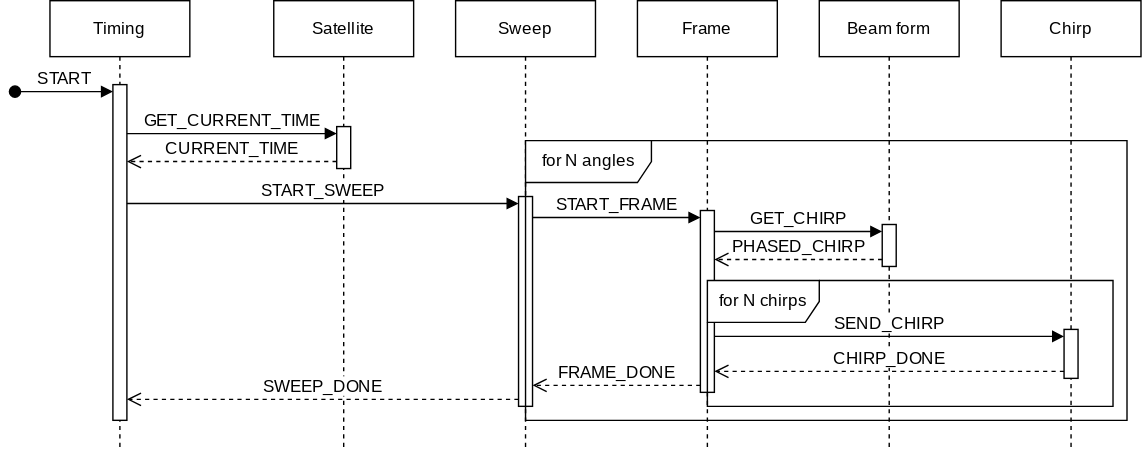
The draw.io diagram Figures/systemDesign/overview/sequenceDiagramTx.svg in Mikkelnn/ESD6-Project, before a commit. Source tidied: cells renumbered, new cells last; positions are measured from the earlier drawing's top-left corner, leaving out a move shared by most shapes.
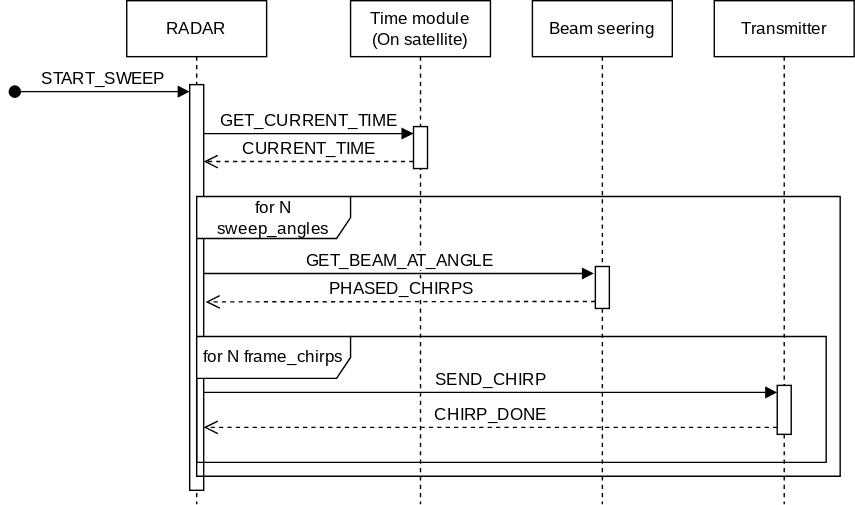
After the change.

What changed in the source:
```diff
@@ -2,85 +2,63 @@
   <root>
     <mxCell id="0" />
     <mxCell id="1" parent="0" />
-    <mxCell id="2" value="Timing" style="shape=umlLifeline;perimeter=lifelinePerimeter;whiteSpace=wrap;html=1;newEdgeStyle={&quot;edgeStyle&quot;:&quot;elbowEdgeStyle&quot;,&quot;elbow&quot;:&quot;vertical&quot;,&quot;curved&quot;:0,&quot;rounded&quot;:0};fontFamily=modern;fontSource=https%3A%2F%2Fsourceforge.net%2Fprojects%2Fcm-unicode%2F;fontSize=12;" parent="1" vertex="1">
-      <mxGeometry x="25" width="100" height="320" as="geometry" />
-    </mxCell>
-    <mxCell id="3" style="html=1;points=[[0,0,0,0,5],[0,1,0,0,-5],[1,0,0,0,5],[1,1,0,0,-5]];perimeter=orthogonalPerimeter;outlineConnect=0;targetShapes=umlLifeline;portConstraint=eastwest;newEdgeStyle={&quot;curved&quot;:0,&quot;rounded&quot;:0};fontFamily=modern;fontSource=https%3A%2F%2Fsourceforge.net%2Fprojects%2Fcm-unicode%2F;fontSize=12;" parent="2" vertex="1">
-      <mxGeometry x="45" y="60" width="10" height="240" as="geometry" />
-    </mxCell>
-    <mxCell id="4" value="START" style="html=1;verticalAlign=bottom;startArrow=oval;endArrow=block;startSize=8;curved=0;rounded=0;entryX=0;entryY=0;entryDx=0;entryDy=5;fontFamily=modern;fontSource=https%3A%2F%2Fsourceforge.net%2Fprojects%2Fcm-unicode%2F;fontSize=12;" parent="2" edge="1" target="3">
-      <mxGeometry relative="1" as="geometry">
-        <mxPoint x="-25" y="65" as="sourcePoint" />
-      </mxGeometry>
-    </mxCell>
-    <mxCell id="5" value="Satellite" style="shape=umlLifeline;perimeter=lifelinePerimeter;whiteSpace=wrap;html=1;newEdgeStyle={&quot;edgeStyle&quot;:&quot;elbowEdgeStyle&quot;,&quot;elbow&quot;:&quot;vertical&quot;,&quot;curved&quot;:0,&quot;rounded&quot;:0};fontFamily=modern;fontSource=https%3A%2F%2Fsourceforge.net%2Fprojects%2Fcm-unicode%2F;fontSize=12;" parent="1" vertex="1">
-      <mxGeometry x="185" width="100" height="320" as="geometry" />
-    </mxCell>
+    <mxCell id="27" value="RADAR" style="shape=umlLifeline;perimeter=lifelinePerimeter;whiteSpace=wrap;html=1;newEdgeStyle={&quot;edgeStyle&quot;:&quot;elbowEdgeStyle&quot;,&quot;elbow&quot;:&quot;vertical&quot;,&quot;curved&quot;:0,&quot;rounded&quot;:0};fontFamily=modern;fontSource=https%3A%2F%2Fsourceforge.net%2Fprojects%2Fcm-unicode%2F;fontSize=12;" parent="1" vertex="1">
+      <mxGeometry x="155" width="100" height="360" as="geometry" />
+    </mxCell>
+    <mxCell id="28" style="html=1;points=[[0,0,0,0,5],[0,1,0,0,-5],[1,0,0,0,5],[1,1,0,0,-5]];perimeter=orthogonalPerimeter;outlineConnect=0;targetShapes=umlLifeline;portConstraint=eastwest;newEdgeStyle={&quot;curved&quot;:0,&quot;rounded&quot;:0};fontFamily=modern;fontSource=https%3A%2F%2Fsourceforge.net%2Fprojects%2Fcm-unicode%2F;fontSize=12;" parent="27" vertex="1">
+      <mxGeometry x="45" y="60" width="10" height="290" as="geometry" />
+    </mxCell>
+    <mxCell id="15" value="START_SWEEP" style="html=1;verticalAlign=bottom;startArrow=oval;endArrow=block;startSize=8;curved=0;rounded=0;entryX=0;entryY=0;entryDx=0;entryDy=5;fontFamily=modern;fontSource=https%3A%2F%2Fsourceforge.net%2Fprojects%2Fcm-unicode%2F;fontSize=12;" parent="27" edge="1" target="28">
+      <mxGeometry relative="1" as="geometry">
+        <mxPoint x="-80" y="65" as="sourcePoint" />
+      </mxGeometry>
+    </mxCell>
+    <mxCell id="29" value="Time module&lt;br&gt;(On satellite)" style="shape=umlLifeline;perimeter=lifelinePerimeter;whiteSpace=wrap;html=1;newEdgeStyle={&quot;edgeStyle&quot;:&quot;elbowEdgeStyle&quot;,&quot;elbow&quot;:&quot;vertical&quot;,&quot;curved&quot;:0,&quot;rounded&quot;:0};fontFamily=modern;fontSource=https%3A%2F%2Fsourceforge.net%2Fprojects%2Fcm-unicode%2F;fontSize=12;" parent="1" vertex="1">
+      <mxGeometry x="315" width="100" height="360" as="geometry" />
+    </mxCell>
-    <mxCell id="6" style="html=1;points=[[0,0,0,0,5],[0,1,0,0,-5],[1,0,0,0,5],[1,1,0,0,-5]];perimeter=orthogonalPerimeter;outlineConnect=0;targetShapes=umlLifeline;portConstraint=eastwest;newEdgeStyle={&quot;curved&quot;:0,&quot;rounded&quot;:0};fontFamily=modern;fontSource=https%3A%2F%2Fsourceforge.net%2Fprojects%2Fcm-unicode%2F;fontSize=12;" parent="5" vertex="1">
+    <mxCell id="6" style="html=1;points=[[0,0,0,0,5],[0,1,0,0,-5],[1,0,0,0,5],[1,1,0,0,-5]];perimeter=orthogonalPerimeter;outlineConnect=0;targetShapes=umlLifeline;portConstraint=eastwest;newEdgeStyle={&quot;curved&quot;:0,&quot;rounded&quot;:0};fontFamily=modern;fontSource=https%3A%2F%2Fsourceforge.net%2Fprojects%2Fcm-unicode%2F;fontSize=12;" parent="29" vertex="1">
       <mxGeometry x="45" y="90" width="10" height="30" as="geometry" />
     </mxCell>
-    <mxCell id="7" value="Sweep" style="shape=umlLifeline;perimeter=lifelinePerimeter;whiteSpace=wrap;html=1;newEdgeStyle={&quot;edgeStyle&quot;:&quot;elbowEdgeStyle&quot;,&quot;elbow&quot;:&quot;vertical&quot;,&quot;curved&quot;:0,&quot;rounded&quot;:0};fontFamily=modern;fontSource=https%3A%2F%2Fsourceforge.net%2Fprojects%2Fcm-unicode%2F;fontSize=12;" parent="1" vertex="1">
-      <mxGeometry x="315" width="100" height="320" as="geometry" />
-    </mxCell>
-    <mxCell id="8" style="html=1;points=[[0,0,0,0,5],[0,1,0,0,-5],[1,0,0,0,5],[1,1,0,0,-5]];perimeter=orthogonalPerimeter;outlineConnect=0;targetShapes=umlLifeline;portConstraint=eastwest;newEdgeStyle={&quot;curved&quot;:0,&quot;rounded&quot;:0};fontFamily=modern;fontSource=https%3A%2F%2Fsourceforge.net%2Fprojects%2Fcm-unicode%2F;fontSize=12;" parent="7" vertex="1">
-      <mxGeometry x="45" y="140" width="10" height="150" as="geometry" />
-    </mxCell>
-    <mxCell id="9" value="Frame" style="shape=umlLifeline;perimeter=lifelinePerimeter;whiteSpace=wrap;html=1;newEdgeStyle={&quot;edgeStyle&quot;:&quot;elbowEdgeStyle&quot;,&quot;elbow&quot;:&quot;vertical&quot;,&quot;curved&quot;:0,&quot;rounded&quot;:0};fontFamily=modern;fontSource=https%3A%2F%2Fsourceforge.net%2Fprojects%2Fcm-unicode%2F;fontSize=12;" parent="1" vertex="1">
-      <mxGeometry x="445" width="100" height="320" as="geometry" />
-    </mxCell>
-    <mxCell id="10" style="html=1;points=[[0,0,0,0,5],[0,1,0,0,-5],[1,0,0,0,5],[1,1,0,0,-5]];perimeter=orthogonalPerimeter;outlineConnect=0;targetShapes=umlLifeline;portConstraint=eastwest;newEdgeStyle={&quot;curved&quot;:0,&quot;rounded&quot;:0};fontFamily=modern;fontSource=https%3A%2F%2Fsourceforge.net%2Fprojects%2Fcm-unicode%2F;fontSize=12;" parent="9" vertex="1">
-      <mxGeometry x="45" y="150" width="10" height="130" as="geometry" />
-    </mxCell>
-    <mxCell id="11" value="Beam form" style="shape=umlLifeline;perimeter=lifelinePerimeter;whiteSpace=wrap;html=1;newEdgeStyle={&quot;edgeStyle&quot;:&quot;elbowEdgeStyle&quot;,&quot;elbow&quot;:&quot;vertical&quot;,&quot;curved&quot;:0,&quot;rounded&quot;:0};fontFamily=modern;fontSource=https%3A%2F%2Fsourceforge.net%2Fprojects%2Fcm-unicode%2F;fontSize=12;" parent="1" vertex="1">
-      <mxGeometry x="575" width="100" height="320" as="geometry" />
-    </mxCell>
-    <mxCell id="12" value="Chirp" style="shape=umlLifeline;perimeter=lifelinePerimeter;whiteSpace=wrap;html=1;newEdgeStyle={&quot;edgeStyle&quot;:&quot;elbowEdgeStyle&quot;,&quot;elbow&quot;:&quot;vertical&quot;,&quot;curved&quot;:0,&quot;rounded&quot;:0};fontFamily=modern;fontSource=https%3A%2F%2Fsourceforge.net%2Fprojects%2Fcm-unicode%2F;fontSize=12;" parent="1" vertex="1">
-      <mxGeometry x="705" width="100" height="320" as="geometry" />
-    </mxCell>
+    <mxCell id="30" value="Beam seering" style="shape=umlLifeline;perimeter=lifelinePerimeter;whiteSpace=wrap;html=1;newEdgeStyle={&quot;edgeStyle&quot;:&quot;elbowEdgeStyle&quot;,&quot;elbow&quot;:&quot;vertical&quot;,&quot;curved&quot;:0,&quot;rounded&quot;:0};fontFamily=modern;fontSource=https%3A%2F%2Fsourceforge.net%2Fprojects%2Fcm-unicode%2F;fontSize=12;" parent="1" vertex="1">
+      <mxGeometry x="445" width="100" height="360" as="geometry" />
+    </mxCell>
+    <mxCell id="31" value="Transmitter" style="shape=umlLifeline;perimeter=lifelinePerimeter;whiteSpace=wrap;html=1;newEdgeStyle={&quot;edgeStyle&quot;:&quot;elbowEdgeStyle&quot;,&quot;elbow&quot;:&quot;vertical&quot;,&quot;curved&quot;:0,&quot;rounded&quot;:0};fontFamily=modern;fontSource=https%3A%2F%2Fsourceforge.net%2Fprojects%2Fcm-unicode%2F;fontSize=12;" parent="1" vertex="1">
+      <mxGeometry x="575" width="100" height="360" as="geometry" />
+    </mxCell>
-    <mxCell id="13" value="GET_CURRENT_TIME" style="html=1;verticalAlign=bottom;endArrow=block;curved=0;rounded=0;entryX=0;entryY=0;entryDx=0;entryDy=5;fontFamily=modern;fontSource=https%3A%2F%2Fsourceforge.net%2Fprojects%2Fcm-unicode%2F;fontSize=12;" parent="1" edge="1" source="3" target="6">
+    <mxCell id="13" value="GET_CURRENT_TIME" style="html=1;verticalAlign=bottom;endArrow=block;curved=0;rounded=0;entryX=0;entryY=0;entryDx=0;entryDy=5;fontFamily=modern;fontSource=https%3A%2F%2Fsourceforge.net%2Fprojects%2Fcm-unicode%2F;fontSize=12;" parent="1" edge="1" source="28" target="6">
       <mxGeometry relative="1" as="geometry" />
     </mxCell>
-    <mxCell id="14" value="CURRENT_TIME" style="html=1;verticalAlign=bottom;endArrow=open;dashed=1;endSize=8;curved=0;rounded=0;exitX=0;exitY=1;exitDx=0;exitDy=-5;fontFamily=modern;fontSource=https%3A%2F%2Fsourceforge.net%2Fprojects%2Fcm-unicode%2F;fontSize=12;" parent="1" edge="1" source="6" target="3">
+    <mxCell id="14" value="CURRENT_TIME" style="html=1;verticalAlign=bottom;endArrow=open;dashed=1;endSize=8;curved=0;rounded=0;exitX=0;exitY=1;exitDx=0;exitDy=-5;fontFamily=modern;fontSource=https%3A%2F%2Fsourceforge.net%2Fprojects%2Fcm-unicode%2F;fontSize=12;" parent="1" edge="1" source="6" target="28">
       <mxGeometry relative="1" as="geometry" />
     </mxCell>
-    <mxCell id="15" value="START_SWEEP" style="html=1;verticalAlign=bottom;endArrow=block;curved=0;rounded=0;entryX=0;entryY=0;entryDx=0;entryDy=5;fontFamily=modern;fontSource=https%3A%2F%2Fsourceforge.net%2Fprojects%2Fcm-unicode%2F;fontSize=12;" parent="1" edge="1" source="3" target="8">
-      <mxGeometry relative="1" as="geometry" />
-    </mxCell>
-    <mxCell id="16" value="SWEEP_DONE" style="html=1;verticalAlign=bottom;endArrow=open;dashed=1;endSize=8;curved=0;rounded=0;exitX=0;exitY=1;exitDx=0;exitDy=-5;fontFamily=modern;fontSource=https%3A%2F%2Fsourceforge.net%2Fprojects%2Fcm-unicode%2F;fontSize=12;" parent="1" edge="1" source="8" target="3">
-      <mxGeometry relative="1" as="geometry" />
-    </mxCell>
-    <mxCell id="17" value="START_FRAME" style="html=1;verticalAlign=bottom;endArrow=block;curved=0;rounded=0;entryX=0;entryY=0;entryDx=0;entryDy=5;fontFamily=modern;fontSource=https%3A%2F%2Fsourceforge.net%2Fprojects%2Fcm-unicode%2F;fontSize=12;" parent="1" edge="1" source="8" target="10">
-      <mxGeometry relative="1" as="geometry" />
-    </mxCell>
-    <mxCell id="18" value="FRAME_DONE" style="html=1;verticalAlign=bottom;endArrow=open;dashed=1;endSize=8;curved=0;rounded=0;exitX=0;exitY=1;exitDx=0;exitDy=-5;fontFamily=modern;fontSource=https%3A%2F%2Fsourceforge.net%2Fprojects%2Fcm-unicode%2F;fontSize=12;" parent="1" edge="1" source="10" target="8">
-      <mxGeometry relative="1" as="geometry" />
-    </mxCell>
-    <mxCell id="19" value="for N angles" style="shape=umlFrame;whiteSpace=wrap;html=1;width=90;height=30;fontFamily=modern;fontSource=https%3A%2F%2Fsourceforge.net%2Fprojects%2Fcm-unicode%2F;fontSize=12;" parent="1" vertex="1">
-      <mxGeometry x="365" y="100" width="430" height="200" as="geometry" />
-    </mxCell>
-    <mxCell id="20" style="html=1;points=[[0,0,0,0,5],[0,1,0,0,-5],[1,0,0,0,5],[1,1,0,0,-5]];perimeter=orthogonalPerimeter;outlineConnect=0;targetShapes=umlLifeline;portConstraint=eastwest;newEdgeStyle={&quot;curved&quot;:0,&quot;rounded&quot;:0};fontFamily=modern;fontSource=https%3A%2F%2Fsourceforge.net%2Fprojects%2Fcm-unicode%2F;fontSize=12;" parent="1" vertex="1">
-      <mxGeometry x="620" y="160" width="10" height="30" as="geometry" />
-    </mxCell>
-    <mxCell id="21" value="GET_CHIRP" style="html=1;verticalAlign=bottom;endArrow=block;curved=0;rounded=0;entryX=0;entryY=0;entryDx=0;entryDy=5;exitX=1;exitY=0;exitDx=0;exitDy=5;exitPerimeter=0;fontFamily=modern;fontSource=https%3A%2F%2Fsourceforge.net%2Fprojects%2Fcm-unicode%2F;fontSize=12;" parent="1" edge="1">
-      <mxGeometry relative="1" as="geometry">
-        <mxPoint x="500" y="165" as="sourcePoint" />
-        <mxPoint x="620" y="165" as="targetPoint" />
-      </mxGeometry>
-    </mxCell>
-    <mxCell id="22" value="PHASED_CHIRP" style="html=1;verticalAlign=bottom;endArrow=open;dashed=1;endSize=8;curved=0;rounded=0;exitX=0;exitY=1;exitDx=0;exitDy=-5;fontFamily=modern;fontSource=https%3A%2F%2Fsourceforge.net%2Fprojects%2Fcm-unicode%2F;fontSize=12;" parent="1" edge="1" source="20" target="10">
-      <mxGeometry relative="1" as="geometry" />
-    </mxCell>
-    <mxCell id="23" value="for N chirps" style="shape=umlFrame;whiteSpace=wrap;html=1;width=80;height=30;fontFamily=modern;fontSource=https%3A%2F%2Fsourceforge.net%2Fprojects%2Fcm-unicode%2F;fontSize=12;" parent="1" vertex="1">
-      <mxGeometry x="495" y="200" width="290" height="90" as="geometry" />
-    </mxCell>
-    <mxCell id="24" style="html=1;points=[[0,0,0,0,5],[0,1,0,0,-5],[1,0,0,0,5],[1,1,0,0,-5]];perimeter=orthogonalPerimeter;outlineConnect=0;targetShapes=umlLifeline;portConstraint=eastwest;newEdgeStyle={&quot;curved&quot;:0,&quot;rounded&quot;:0};fontFamily=modern;fontSource=https%3A%2F%2Fsourceforge.net%2Fprojects%2Fcm-unicode%2F;fontSize=12;" parent="1" vertex="1">
-      <mxGeometry x="750" y="235" width="10" height="35" as="geometry" />
-    </mxCell>
+    <mxCell id="32" value="for N sweep_angles" style="shape=umlFrame;whiteSpace=wrap;html=1;width=110;height=30;fontFamily=modern;fontSource=https%3A%2F%2Fsourceforge.net%2Fprojects%2Fcm-unicode%2F;fontSize=12;" parent="1" vertex="1">
+      <mxGeometry x="205" y="140" width="460" height="200" as="geometry" />
+    </mxCell>
+    <mxCell id="33" style="html=1;points=[[0,0,0,0,5],[0,1,0,0,-5],[1,0,0,0,5],[1,1,0,0,-5]];perimeter=orthogonalPerimeter;outlineConnect=0;targetShapes=umlLifeline;portConstraint=eastwest;newEdgeStyle={&quot;curved&quot;:0,&quot;rounded&quot;:0};fontFamily=modern;fontSource=https%3A%2F%2Fsourceforge.net%2Fprojects%2Fcm-unicode%2F;fontSize=12;" parent="1" vertex="1">
+      <mxGeometry x="490" y="190" width="10" height="30" as="geometry" />
+    </mxCell>
+    <mxCell id="34" value="for N frame_chirps" style="shape=umlFrame;whiteSpace=wrap;html=1;width=110;height=30;fontFamily=modern;fontSource=https%3A%2F%2Fsourceforge.net%2Fprojects%2Fcm-unicode%2F;fontSize=12;" parent="1" vertex="1">
+      <mxGeometry x="205" y="240" width="450" height="90" as="geometry" />
+    </mxCell>
+    <mxCell id="35" style="html=1;points=[[0,0,0,0,5],[0,1,0,0,-5],[1,0,0,0,5],[1,1,0,0,-5]];perimeter=orthogonalPerimeter;outlineConnect=0;targetShapes=umlLifeline;portConstraint=eastwest;newEdgeStyle={&quot;curved&quot;:0,&quot;rounded&quot;:0};fontFamily=modern;fontSource=https%3A%2F%2Fsourceforge.net%2Fprojects%2Fcm-unicode%2F;fontSize=12;" parent="1" vertex="1">
+      <mxGeometry x="620" y="275" width="10" height="35" as="geometry" />
+    </mxCell>
-    <mxCell id="25" value="SEND_CHIRP" style="html=1;verticalAlign=bottom;endArrow=block;curved=0;rounded=0;entryX=0;entryY=0;entryDx=0;entryDy=5;fontFamily=modern;fontSource=https%3A%2F%2Fsourceforge.net%2Fprojects%2Fcm-unicode%2F;fontSize=12;" parent="1" edge="1" source="10" target="24">
+    <mxCell id="25" value="SEND_CHIRP" style="html=1;verticalAlign=bottom;endArrow=block;curved=0;rounded=0;entryX=0;entryY=0;entryDx=0;entryDy=5;fontFamily=modern;fontSource=https%3A%2F%2Fsourceforge.net%2Fprojects%2Fcm-unicode%2F;fontSize=12;" parent="1" edge="1" source="28" target="35">
       <mxGeometry relative="1" as="geometry" />
     </mxCell>
-    <mxCell id="26" value="CHIRP_DONE" style="html=1;verticalAlign=bottom;endArrow=open;dashed=1;endSize=8;curved=0;rounded=0;exitX=0;exitY=1;exitDx=0;exitDy=-5;fontFamily=modern;fontSource=https%3A%2F%2Fsourceforge.net%2Fprojects%2Fcm-unicode%2F;fontSize=12;" parent="1" edge="1" source="24" target="10">
+    <mxCell id="26" value="CHIRP_DONE" style="html=1;verticalAlign=bottom;endArrow=open;dashed=1;endSize=8;curved=0;rounded=0;exitX=0;exitY=1;exitDx=0;exitDy=-5;fontFamily=modern;fontSource=https%3A%2F%2Fsourceforge.net%2Fprojects%2Fcm-unicode%2F;fontSize=12;" parent="1" edge="1" source="35" target="28">
       <mxGeometry relative="1" as="geometry" />
     </mxCell>
+    <mxCell id="36" value="&lt;span style=&quot;font-family: modern; font-size: 12px;&quot;&gt;GET_BEAM_AT_ANGLE&lt;/span&gt;" style="html=1;verticalAlign=bottom;endArrow=block;curved=0;rounded=0;" parent="1" edge="1">
+      <mxGeometry relative="1" as="geometry">
+        <mxPoint x="210" y="195" as="sourcePoint" />
+        <mxPoint x="489" y="195" as="targetPoint" />
+      </mxGeometry>
+    </mxCell>
+    <mxCell id="37" value="&lt;span style=&quot;font-family: modern; font-size: 12px;&quot;&gt;PHASED_CHIRPS&lt;/span&gt;" style="html=1;verticalAlign=bottom;endArrow=open;dashed=1;endSize=8;curved=0;rounded=0;exitX=0;exitY=1;exitDx=0;exitDy=-5;exitPerimeter=0;entryX=1.138;entryY=0.57;entryDx=0;entryDy=0;entryPerimeter=0;" parent="1" edge="1" source="33">
+      <mxGeometry relative="1" as="geometry">
+        <mxPoint x="211.4" y="215.3" as="targetPoint" />
+      </mxGeometry>
+    </mxCell>
   </root>
 </mxGraphModel>
```
